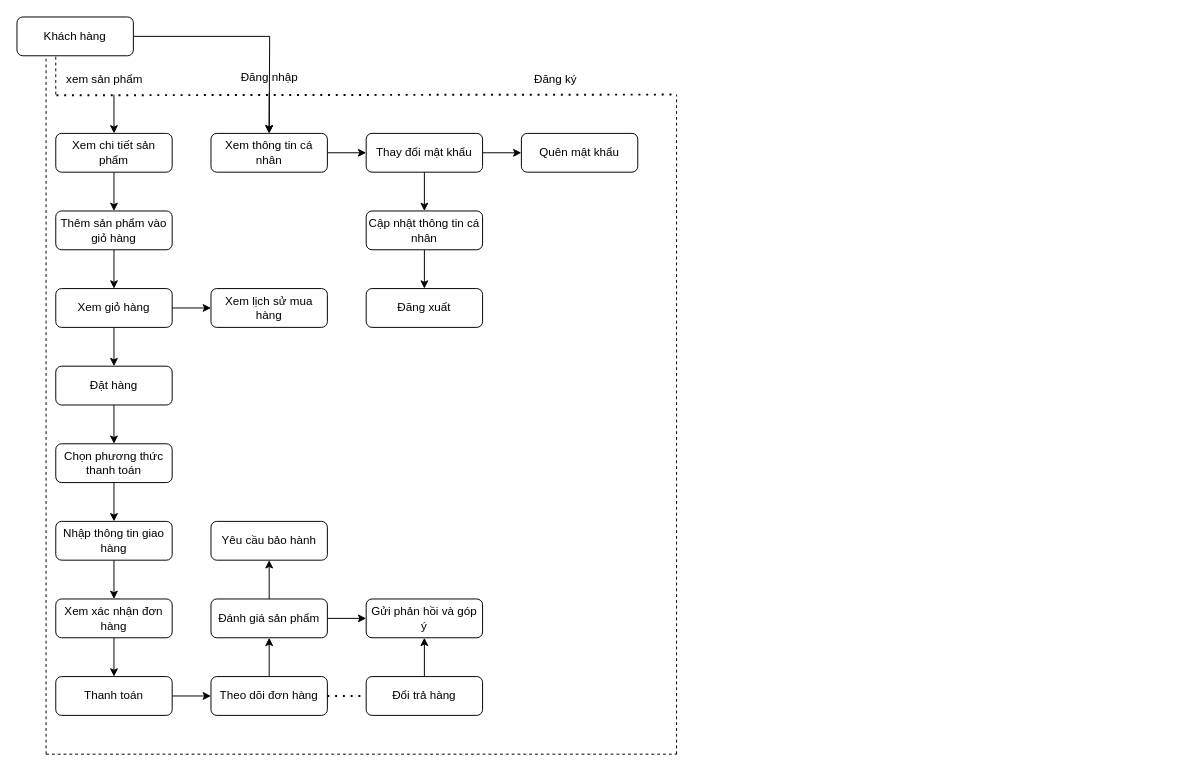
Before: Thiết kế CSDL.drawio in DucTri1611/reactjs_doan, a draw.io diagram. Source tidied: cells renumbered, new cells numbered last; positions are measured from the earlier drawing's top-left corner, leaving out a move shared by most shapes. Both pictures are drawn from the tidied source at 97%, with x=0, y=0 at pixel (16, 16).
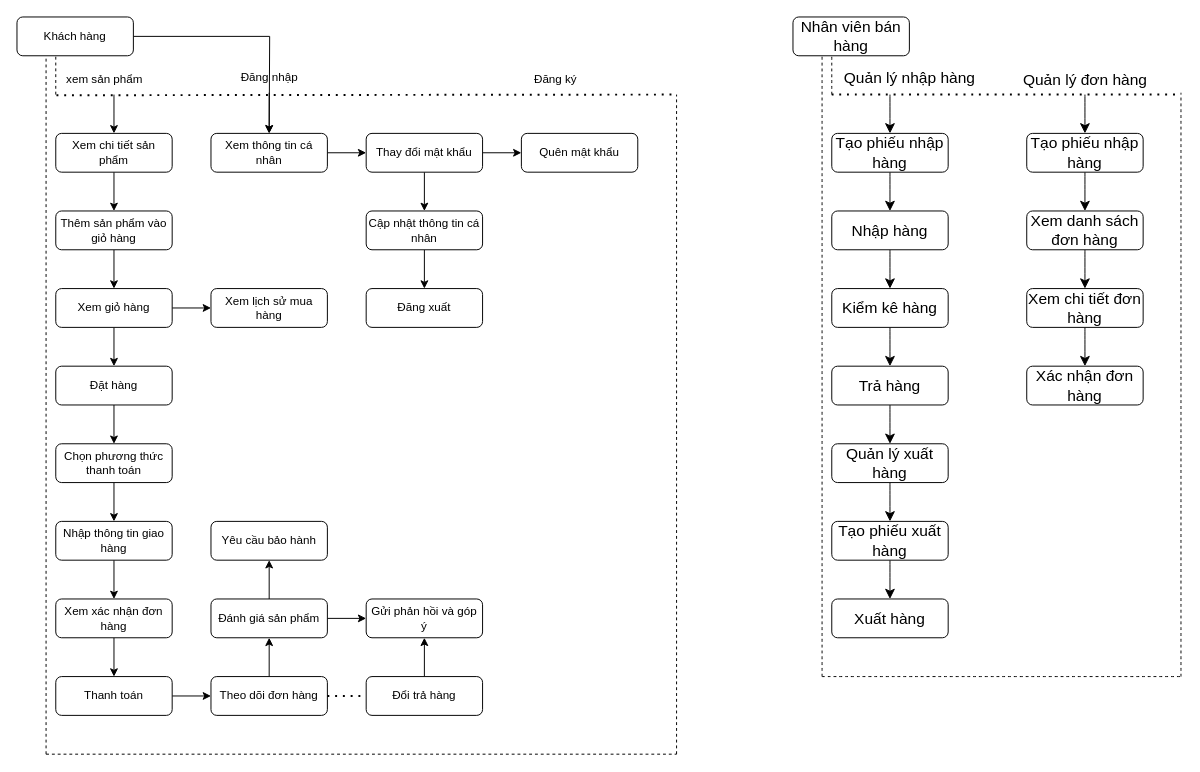
The same diagram, later.

Change to the diagram source:
```diff
@@
+    <mxCell id="53" value="Nhân viên bán hàng" style="rounded=1;whiteSpace=wrap;html=1;fontSize=16;" parent="1" vertex="1">
+      <mxGeometry x="800" width="120" height="40" as="geometry" />
+    </mxCell>
+    <mxCell id="54" style="endArrow=none;dashed=1;html=1;rounded=0;fontSize=12;startSize=8;endSize=8;curved=1;entryX=0.25;entryY=1;entryDx=0;entryDy=0;" parent="1" edge="1" target="53">
+      <mxGeometry relative="1" as="geometry">
+        <mxPoint x="830" y="680" as="sourcePoint" />
+      </mxGeometry>
+    </mxCell>
+    <mxCell id="55" style="endArrow=none;dashed=1;html=1;rounded=0;fontSize=12;startSize=8;endSize=8;curved=1;entryX=0.25;entryY=1;entryDx=0;entryDy=0;" parent="1" edge="1">
+      <mxGeometry relative="1" as="geometry">
+        <mxPoint x="840" y="80" as="sourcePoint" />
+        <mxPoint x="840" y="40" as="targetPoint" />
+      </mxGeometry>
+    </mxCell>
+    <mxCell id="56" style="endArrow=none;dashed=1;html=1;dashPattern=1 3;strokeWidth=2;rounded=0;fontSize=12;startSize=8;endSize=8;curved=1;" parent="1" edge="1">
+      <mxGeometry relative="1" as="geometry">
+        <mxPoint x="840" y="80" as="sourcePoint" />
+        <mxPoint x="1200" y="80" as="targetPoint" />
+      </mxGeometry>
+    </mxCell>
+    <mxCell id="57" style="edgeStyle=none;curved=1;rounded=0;jettySize=auto;html=1;entryX=0.5;entryY=0;entryDx=0;entryDy=0;fontSize=12;startSize=8;endSize=8;exitX=0.375;exitY=1.064;exitDx=0;exitDy=0;exitPerimeter=0;" parent="1" edge="1" source="58" target="60">
+      <mxGeometry relative="1" as="geometry" />
+    </mxCell>
+    <mxCell id="58" value="Quản lý nhập hàng" style="text;html=1;align=center;verticalAlign=middle;points=[];strokeColor=none;fillColor=none;fontSize=16;" parent="1" vertex="1">
+      <mxGeometry x="840" y="48.1" width="160" height="30" as="geometry" />
+    </mxCell>
+    <mxCell id="59" style="edgeStyle=none;curved=1;rounded=0;jettySize=auto;html=1;exitX=0.5;exitY=1;exitDx=0;exitDy=0;entryX=0.5;entryY=0;entryDx=0;entryDy=0;fontSize=12;startSize=8;endSize=8;" parent="1" edge="1" source="60" target="62">
+      <mxGeometry relative="1" as="geometry" />
+    </mxCell>
+    <mxCell id="60" value="Tạo phiếu nhập hàng" style="rounded=1;whiteSpace=wrap;html=1;fontSize=16;" parent="1" vertex="1">
+      <mxGeometry x="840" y="120" width="120" height="40" as="geometry" />
+    </mxCell>
+    <mxCell id="61" style="edgeStyle=none;curved=1;rounded=0;jettySize=auto;html=1;exitX=0.5;exitY=1;exitDx=0;exitDy=0;entryX=0.5;entryY=0;entryDx=0;entryDy=0;fontSize=12;startSize=8;endSize=8;" parent="1" edge="1" source="62" target="64">
+      <mxGeometry relative="1" as="geometry" />
+    </mxCell>
+    <mxCell id="62" value="Nhập hàng" style="rounded=1;whiteSpace=wrap;html=1;fontSize=16;" parent="1" vertex="1">
+      <mxGeometry x="840" y="200" width="120" height="40" as="geometry" />
+    </mxCell>
+    <mxCell id="63" style="edgeStyle=none;curved=1;rounded=0;jettySize=auto;html=1;exitX=0.5;exitY=1;exitDx=0;exitDy=0;entryX=0.5;entryY=0;entryDx=0;entryDy=0;fontSize=12;startSize=8;endSize=8;" parent="1" edge="1" source="64" target="66">
+      <mxGeometry relative="1" as="geometry" />
+    </mxCell>
+    <mxCell id="64" value="Kiểm kê hàng" style="rounded=1;whiteSpace=wrap;html=1;fontSize=16;" parent="1" vertex="1">
+      <mxGeometry x="840" y="280" width="120" height="40" as="geometry" />
+    </mxCell>
+    <mxCell id="65" style="edgeStyle=none;curved=1;rounded=0;jettySize=auto;html=1;exitX=0.5;exitY=1;exitDx=0;exitDy=0;entryX=0.5;entryY=0;entryDx=0;entryDy=0;fontSize=12;startSize=8;endSize=8;" parent="1" edge="1" source="66" target="68">
+      <mxGeometry relative="1" as="geometry" />
+    </mxCell>
+    <mxCell id="66" value="Trả hàng" style="rounded=1;whiteSpace=wrap;html=1;fontSize=16;" parent="1" vertex="1">
+      <mxGeometry x="840" y="360" width="120" height="40" as="geometry" />
+    </mxCell>
+    <mxCell id="67" style="edgeStyle=none;curved=1;rounded=0;jettySize=auto;html=1;exitX=0.5;exitY=1;exitDx=0;exitDy=0;entryX=0.5;entryY=0;entryDx=0;entryDy=0;fontSize=12;startSize=8;endSize=8;" parent="1" edge="1" source="68" target="70">
+      <mxGeometry relative="1" as="geometry" />
+    </mxCell>
+    <mxCell id="68" value="Quản lý xuất hàng" style="rounded=1;whiteSpace=wrap;html=1;fontSize=16;" parent="1" vertex="1">
+      <mxGeometry x="840" y="440" width="120" height="40" as="geometry" />
+    </mxCell>
+    <mxCell id="69" style="edgeStyle=none;curved=1;rounded=0;jettySize=auto;html=1;exitX=0.5;exitY=1;exitDx=0;exitDy=0;entryX=0.5;entryY=0;entryDx=0;entryDy=0;fontSize=12;startSize=8;endSize=8;" parent="1" edge="1" source="70" target="71">
+      <mxGeometry relative="1" as="geometry" />
+    </mxCell>
+    <mxCell id="70" value="Tạo phiếu xuất hàng" style="rounded=1;whiteSpace=wrap;html=1;fontSize=16;" parent="1" vertex="1">
+      <mxGeometry x="840" y="520" width="120" height="40" as="geometry" />
+    </mxCell>
+    <mxCell id="71" value="Xuất hàng" style="rounded=1;whiteSpace=wrap;html=1;fontSize=16;" parent="1" vertex="1">
+      <mxGeometry x="840" y="600" width="120" height="40" as="geometry" />
+    </mxCell>
+    <mxCell id="72" style="edgeStyle=none;curved=1;rounded=0;jettySize=auto;html=1;entryX=0.5;entryY=0;entryDx=0;entryDy=0;fontSize=12;startSize=8;endSize=8;" parent="1" edge="1" source="73" target="75">
+      <mxGeometry relative="1" as="geometry" />
+    </mxCell>
+    <mxCell id="73" value="Quản lý đơn hàng" style="text;html=1;align=center;verticalAlign=middle;points=[];strokeColor=none;fillColor=none;fontSize=16;" parent="1" vertex="1">
+      <mxGeometry x="1026" y="50" width="150" height="30" as="geometry" />
+    </mxCell>
+    <mxCell id="74" style="edgeStyle=none;curved=1;rounded=0;jettySize=auto;html=1;exitX=0.5;exitY=1;exitDx=0;exitDy=0;entryX=0.5;entryY=0;entryDx=0;entryDy=0;fontSize=12;startSize=8;endSize=8;" parent="1" edge="1" source="75" target="77">
+      <mxGeometry relative="1" as="geometry" />
+    </mxCell>
+    <mxCell id="75" value="Tạo phiếu nhập hàng" style="rounded=1;whiteSpace=wrap;html=1;fontSize=16;" parent="1" vertex="1">
+      <mxGeometry x="1041" y="120" width="120" height="40" as="geometry" />
+    </mxCell>
+    <mxCell id="76" style="edgeStyle=none;curved=1;rounded=0;jettySize=auto;html=1;exitX=0.5;exitY=1;exitDx=0;exitDy=0;entryX=0.5;entryY=0;entryDx=0;entryDy=0;fontSize=12;startSize=8;endSize=8;" parent="1" edge="1" source="77" target="79">
+      <mxGeometry relative="1" as="geometry" />
+    </mxCell>
+    <mxCell id="77" value="Xem danh sách đơn hàng" style="rounded=1;whiteSpace=wrap;html=1;fontSize=16;" parent="1" vertex="1">
+      <mxGeometry x="1041" y="200" width="120" height="40" as="geometry" />
+    </mxCell>
+    <mxCell id="78" style="edgeStyle=none;curved=1;rounded=0;jettySize=auto;html=1;exitX=0.5;exitY=1;exitDx=0;exitDy=0;entryX=0.5;entryY=0;entryDx=0;entryDy=0;fontSize=12;startSize=8;endSize=8;" parent="1" edge="1" source="79" target="80">
+      <mxGeometry relative="1" as="geometry" />
+    </mxCell>
+    <mxCell id="79" value="Xem chi tiết đơn hàng" style="rounded=1;whiteSpace=wrap;html=1;fontSize=16;" parent="1" vertex="1">
+      <mxGeometry x="1041" y="280" width="120" height="40" as="geometry" />
+    </mxCell>
+    <mxCell id="80" value="Xác nhận đơn hàng" style="rounded=1;whiteSpace=wrap;html=1;fontSize=16;" parent="1" vertex="1">
+      <mxGeometry x="1041" y="360" width="120" height="40" as="geometry" />
+    </mxCell>
+    <mxCell id="81" style="endArrow=none;dashed=1;html=1;rounded=0;fontSize=12;startSize=8;endSize=8;curved=1;entryX=0.25;entryY=1;entryDx=0;entryDy=0;" parent="1" edge="1">
+      <mxGeometry relative="1" as="geometry">
+        <mxPoint x="1200" y="680" as="sourcePoint" />
+        <mxPoint x="1200" y="78.1" as="targetPoint" />
+      </mxGeometry>
+    </mxCell>
+    <mxCell id="82" style="endArrow=none;dashed=1;html=1;rounded=0;fontSize=12;startSize=8;endSize=8;curved=1;" parent="1" edge="1">
+      <mxGeometry relative="1" as="geometry">
+        <mxPoint x="830" y="680" as="sourcePoint" />
+        <mxPoint x="1200" y="680" as="targetPoint" />
+      </mxGeometry>
+    </mxCell>
```
